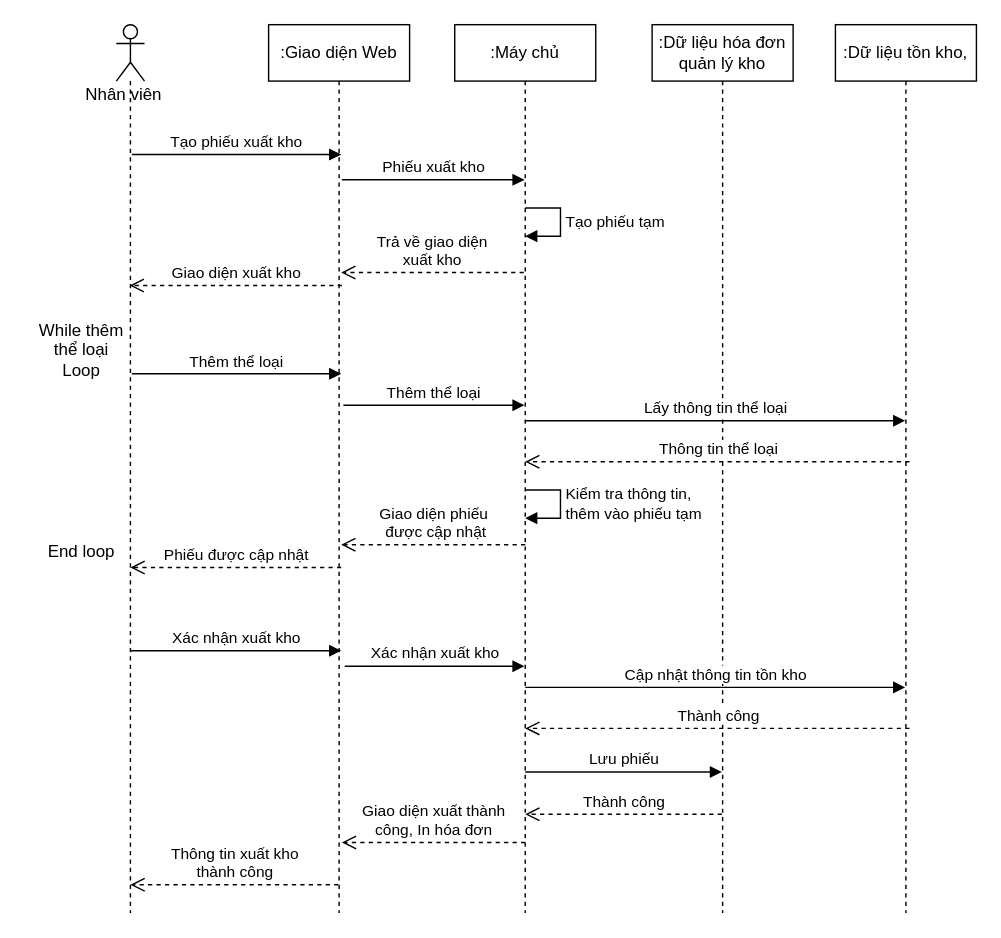
Above: page "Page-4" (4 of 7) of Untitled Diagram.drawio in dlbhoang/_232_CO2003__Assignment_2_VI (draw.io), before the change. Source tidied: cells renumbered, new cells numbered last; positions are measured from the earlier drawing's top-left corner, leaving out a move shared by most shapes. Both pictures are drawn from the tidied source at 141%, with x=0, y=0 at pixel (24, 24).
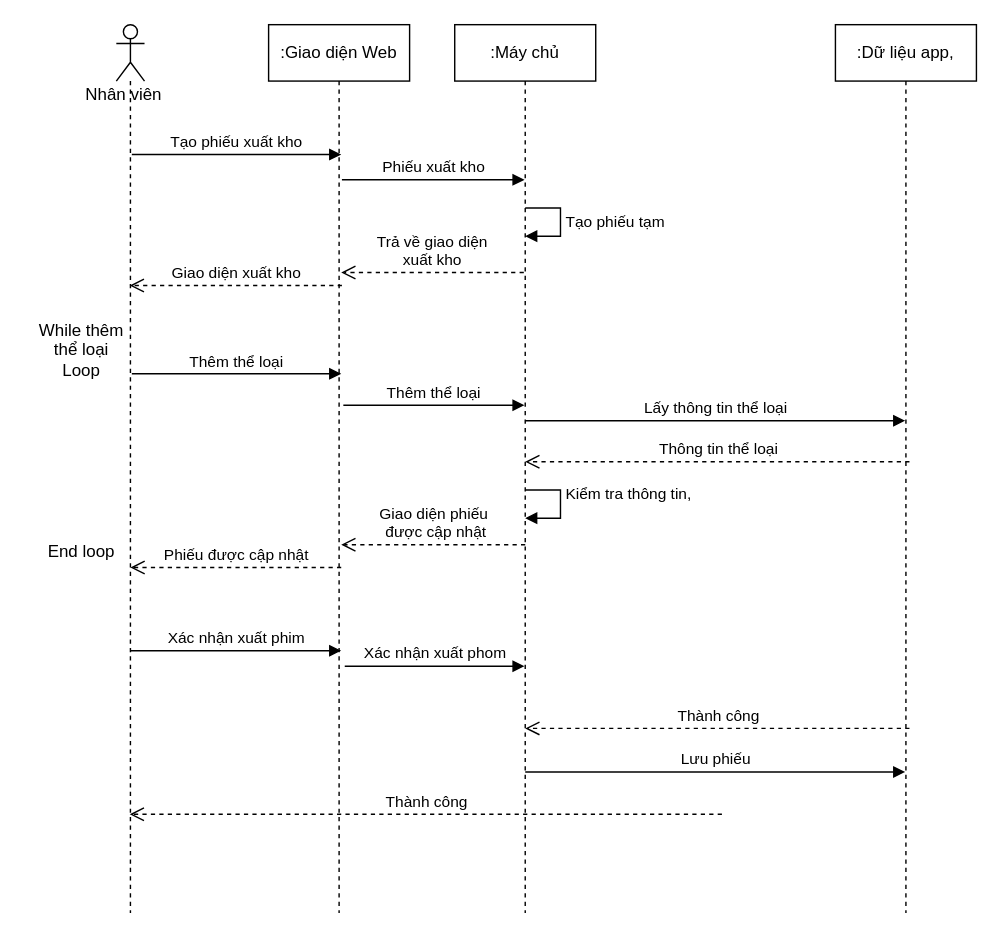
Above is the later version.

Unchanged cells that the change refers to:
```xml
<mxCell id="2" style="shape=umlLifeline;participant=umlActor;perimeter=lifelinePerimeter;whiteSpace=wrap;html=1;verticalAlign=top;spacingTop=36;outlineConnect=0;" parent="1" vertex="1">
  <mxGeometry x="65" width="20" height="630" as="geometry" />
</mxCell>
<mxCell id="3" value=":Giao diện Web" style="shape=umlLifeline;perimeter=lifelinePerimeter;whiteSpace=wrap;html=1;" parent="1" vertex="1">
  <mxGeometry x="173" width="100" height="630" as="geometry" />
</mxCell>
<mxCell id="5" value=":Máy chủ" style="shape=umlLifeline;perimeter=lifelinePerimeter;whiteSpace=wrap;html=1;" parent="1" vertex="1">
  <mxGeometry x="305" width="100" height="630" as="geometry" />
</mxCell>
```

Change to the diagram source:
```diff
@@
-    <mxCell id="4" value="Thông tin xuất kho&lt;br&gt;thành công" style="html=1;verticalAlign=bottom;endArrow=open;dashed=1;endSize=8;rounded=0;" parent="3" edge="1">
-      <mxGeometry relative="1" as="geometry">
-        <mxPoint x="49.5" y="610" as="sourcePoint" />
-        <mxPoint x="-98" y="610" as="targetPoint" />
-      </mxGeometry>
-    </mxCell>
@@
-    <mxCell id="6" value="Kiểm tra thông tin,&lt;br&gt;thêm vào phiếu tạm" style="edgeStyle=orthogonalEdgeStyle;html=1;align=left;spacingLeft=2;endArrow=block;rounded=0;entryX=1;entryY=0;" parent="5" edge="1">
+    <mxCell id="6" value="Kiểm tra thông tin,&lt;div&gt;&lt;br/&gt;&lt;/div&gt;" style="edgeStyle=orthogonalEdgeStyle;html=1;align=left;spacingLeft=2;endArrow=block;rounded=0;entryX=1;entryY=0;" parent="5" edge="1">
       <mxGeometry relative="1" as="geometry">
         <mxPoint x="50" y="330" as="sourcePoint" />
         <mxPoint x="50" y="350" as="targetPoint" />
         <Array as="points">
           <mxPoint x="75" y="330" />
         </Array>
       </mxGeometry>
     </mxCell>
@@
-    <mxCell id="8" value="Thành công" style="html=1;verticalAlign=bottom;endArrow=open;dashed=1;endSize=8;rounded=0;" parent="5" edge="1">
+    <mxCell id="8" value="Thành công" style="html=1;verticalAlign=bottom;endArrow=open;dashed=1;endSize=8;rounded=0;" parent="5" edge="1" target="2">
       <mxGeometry relative="1" as="geometry">
         <mxPoint x="189.5" y="560" as="sourcePoint" />
-        <mxPoint x="50" y="560" as="targetPoint" />
       </mxGeometry>
     </mxCell>
-    <mxCell id="9" value="Lưu phiếu" style="html=1;verticalAlign=bottom;endArrow=block;rounded=0;" parent="5" edge="1">
+    <mxCell id="9" value="Lưu phiếu" style="html=1;verticalAlign=bottom;endArrow=block;rounded=0;" parent="5" edge="1" target="19">
       <mxGeometry relative="1" as="geometry">
         <mxPoint x="50" y="530" as="sourcePoint" />
-        <mxPoint x="189.5" y="530" as="targetPoint" />
       </mxGeometry>
     </mxCell>
@@
-    <mxCell id="13" value=":Dữ liệu hóa đơn quản lý kho" style="shape=umlLifeline;perimeter=lifelinePerimeter;whiteSpace=wrap;html=1;" parent="1" vertex="1">
-      <mxGeometry x="445" width="100" height="630" as="geometry" />
-    </mxCell>
@@
-    <mxCell id="19" value=":Dữ liệu tồn kho," style="shape=umlLifeline;perimeter=lifelinePerimeter;whiteSpace=wrap;html=1;outlineConnect=0;" parent="1" vertex="1">
+    <mxCell id="19" value=":Dữ liệu app," style="shape=umlLifeline;perimeter=lifelinePerimeter;whiteSpace=wrap;html=1;outlineConnect=0;" parent="1" vertex="1">
       <mxGeometry x="575" width="100" height="630" as="geometry" />
     </mxCell>
@@
-    <mxCell id="24" value="Xác nhận xuất kho" style="html=1;verticalAlign=bottom;endArrow=block;rounded=0;" parent="1" edge="1">
+    <mxCell id="24" value="Xác nhận xuất phim" style="html=1;verticalAlign=bottom;endArrow=block;rounded=0;" parent="1" edge="1">
       <mxGeometry relative="1" as="geometry">
         <mxPoint x="75" y="444" as="sourcePoint" />
         <mxPoint x="224.5" y="444" as="targetPoint" />
       </mxGeometry>
     </mxCell>
-    <mxCell id="25" value="Xác nhận xuất kho" style="html=1;verticalAlign=bottom;endArrow=block;rounded=0;" parent="1" edge="1">
+    <mxCell id="25" value="Xác nhận xuất phom" style="html=1;verticalAlign=bottom;endArrow=block;rounded=0;" parent="1" edge="1">
       <mxGeometry relative="1" as="geometry">
         <mxPoint x="227" y="455" as="sourcePoint" />
         <mxPoint x="354.5" y="455" as="targetPoint" />
       </mxGeometry>
     </mxCell>
@@
-    <mxCell id="27" value="Giao diện xuất thành&lt;br&gt;công, In hóa đơn" style="html=1;verticalAlign=bottom;endArrow=open;dashed=1;endSize=8;rounded=0;" parent="1" edge="1">
-      <mxGeometry relative="1" as="geometry">
-        <mxPoint x="355" y="580" as="sourcePoint" />
-        <mxPoint x="225" y="580" as="targetPoint" />
-      </mxGeometry>
-    </mxCell>
-    <mxCell id="28" value="Cập nhật thông tin tồn kho" style="html=1;verticalAlign=bottom;endArrow=block;rounded=0;exitX=0.5;exitY=0.49;exitDx=0;exitDy=0;exitPerimeter=0;" parent="1" edge="1">
-      <mxGeometry relative="1" as="geometry">
-        <mxPoint x="355" y="470" as="sourcePoint" />
-        <mxPoint x="624.5" y="470" as="targetPoint" />
-      </mxGeometry>
-    </mxCell>
```
